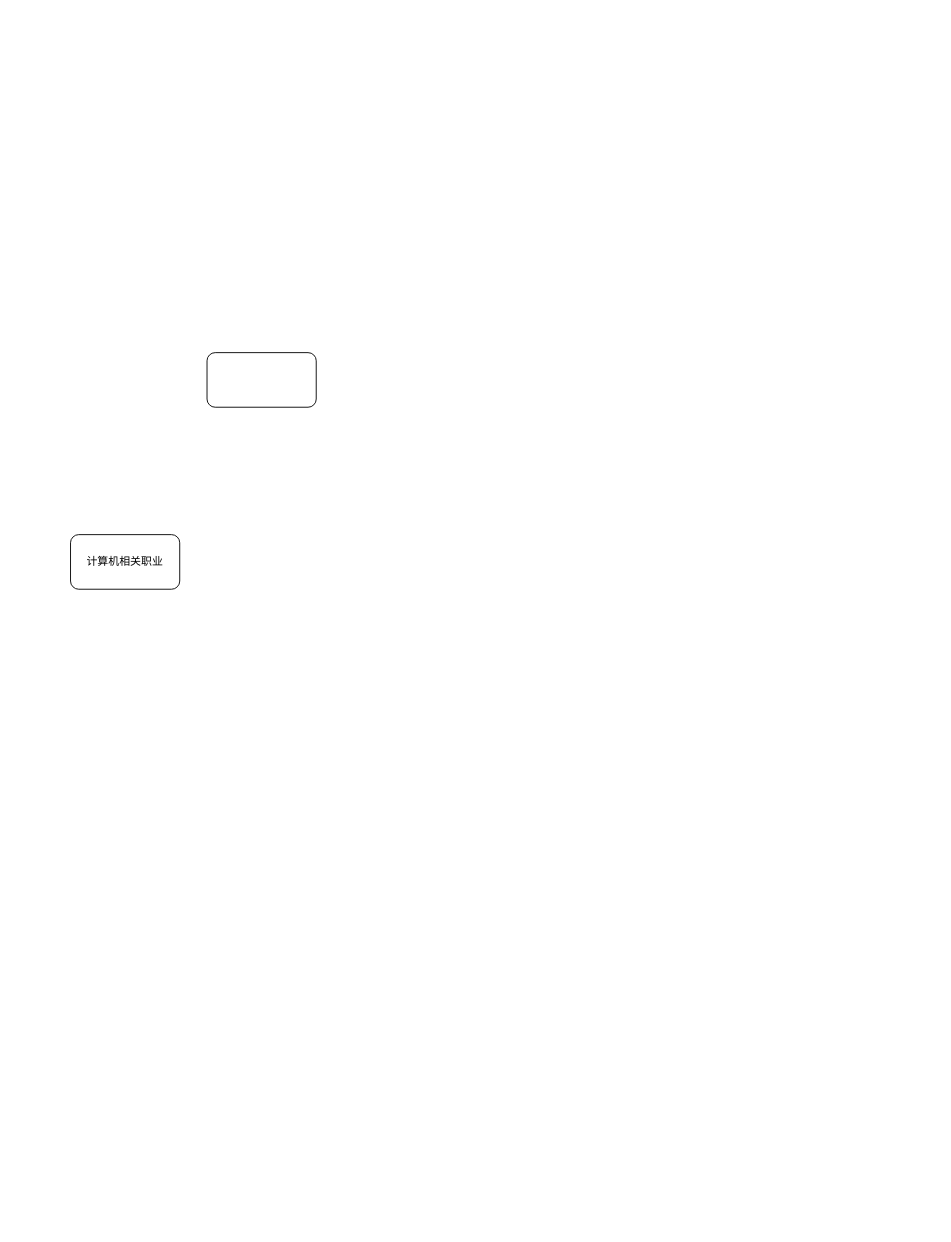
This is 职业地图.drawio from dx2331lxz/drawio, a draw.io file, before an edit. Source tidied: cells renumbered, new cells numbered last; positions are measured from the earlier drawing's top-left corner, leaving out a move shared by most shapes. Both pictures are drawn from the tidied source at 91%, with x=0, y=0 at pixel (70, 352).
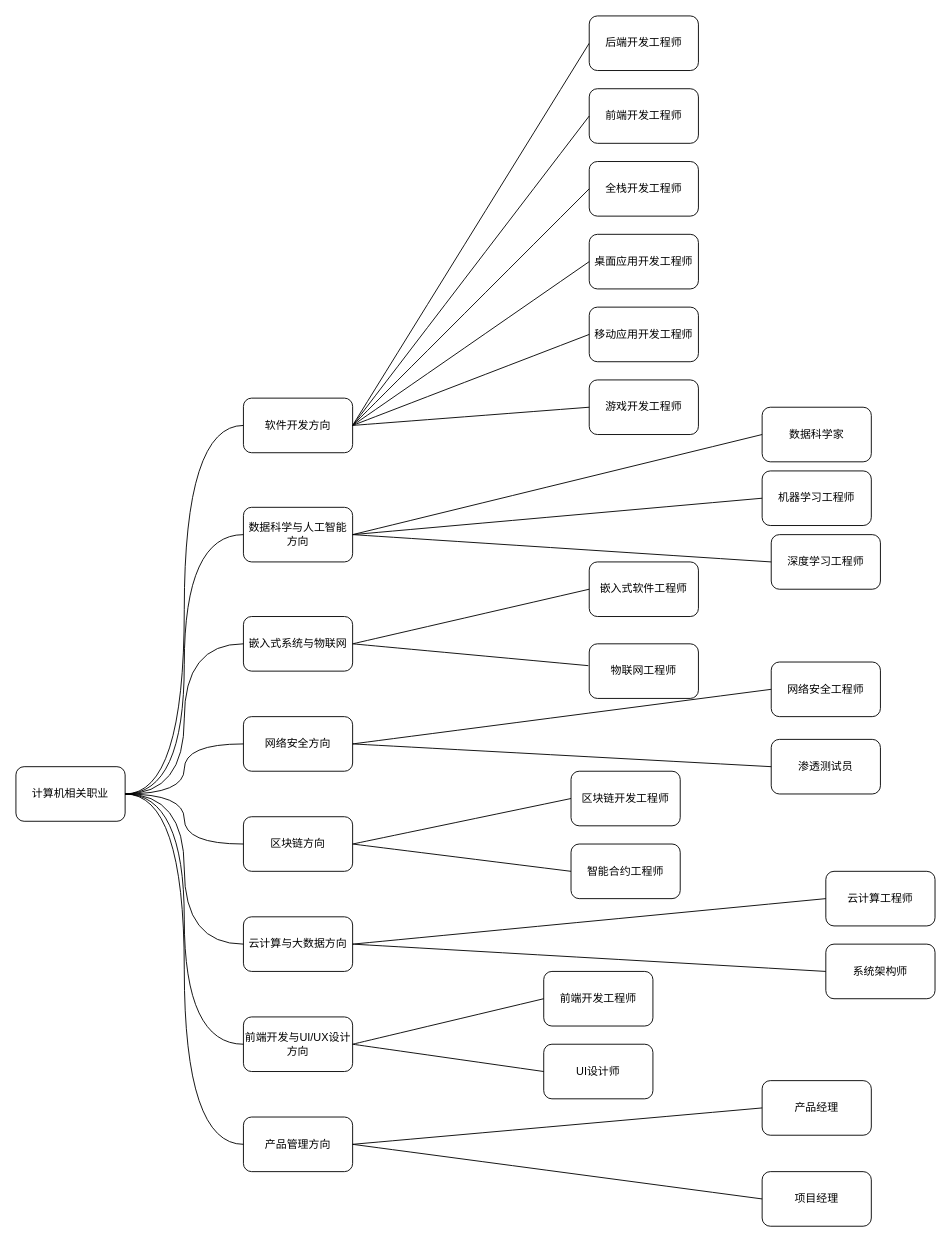
The same page after the edit.

Commit message (it also covers changes not shown here):
更新职业地图.drawio

Change to the diagram source:
```diff
@@
+    <mxCell id="4" style="edgeStyle=orthogonalEdgeStyle;curved=1;rounded=0;jettySize=auto;html=1;exitX=1;exitY=0.5;exitDx=0;exitDy=0;fontSize=12;startSize=8;endSize=8;entryX=0;entryY=0.5;entryDx=0;entryDy=0;endArrow=none;endFill=0;" parent="1" edge="1" source="2" target="3">
+      <mxGeometry relative="1" as="geometry" />
+    </mxCell>
     <mxCell id="2" value="计算机相关职业" style="rounded=1;whiteSpace=wrap;html=1;" parent="1" vertex="1">
-      <mxGeometry y="200" width="120" height="60" as="geometry" />
+      <mxGeometry x="-60" y="455" width="120" height="60" as="geometry" />
     </mxCell>
+    <mxCell id="5" style="edgeStyle=none;curved=1;rounded=0;jettySize=auto;html=1;exitX=1;exitY=0.5;exitDx=0;exitDy=0;entryX=0;entryY=0.5;entryDx=0;entryDy=0;fontSize=12;startSize=8;endSize=8;endArrow=none;endFill=0;" parent="1" edge="1" source="3" target="20">
+      <mxGeometry relative="1" as="geometry" />
+    </mxCell>
-    <mxCell id="3" style="rounded=1;whiteSpace=wrap;html=1;" parent="1" vertex="1">
-      <mxGeometry x="150" width="120" height="60" as="geometry" />
+    <mxCell id="3" value="软件开发方向" style="rounded=1;whiteSpace=wrap;html=1;" parent="1" vertex="1">
+      <mxGeometry x="190" y="50" width="120" height="60" as="geometry" />
     </mxCell>
+    <mxCell id="6" value="数据科学与人工智能方向" style="rounded=1;whiteSpace=wrap;html=1;" parent="1" vertex="1">
+      <mxGeometry x="190" y="170" width="120" height="60" as="geometry" />
+    </mxCell>
+    <mxCell id="7" value="嵌入式系统与物联网" style="rounded=1;whiteSpace=wrap;html=1;" parent="1" vertex="1">
+      <mxGeometry x="190" y="290" width="120" height="60" as="geometry" />
+    </mxCell>
+    <mxCell id="8" value="网络安全方向" style="rounded=1;whiteSpace=wrap;html=1;" parent="1" vertex="1">
+      <mxGeometry x="190" y="400" width="120" height="60" as="geometry" />
+    </mxCell>
+    <mxCell id="9" value="区块链方向" style="rounded=1;whiteSpace=wrap;html=1;" parent="1" vertex="1">
+      <mxGeometry x="190" y="510" width="120" height="60" as="geometry" />
+    </mxCell>
+    <mxCell id="10" value="云计算与大数据方向" style="rounded=1;whiteSpace=wrap;html=1;" parent="1" vertex="1">
+      <mxGeometry x="190" y="620" width="120" height="60" as="geometry" />
+    </mxCell>
+    <mxCell id="11" value="前端开发与UI/UX设计方向" style="rounded=1;whiteSpace=wrap;html=1;" parent="1" vertex="1">
+      <mxGeometry x="190" y="730" width="120" height="60" as="geometry" />
+    </mxCell>
+    <mxCell id="12" value="产品管理方向" style="rounded=1;whiteSpace=wrap;html=1;" parent="1" vertex="1">
+      <mxGeometry x="190" y="840" width="120" height="60" as="geometry" />
+    </mxCell>
+    <mxCell id="13" style="edgeStyle=orthogonalEdgeStyle;curved=1;rounded=0;jettySize=auto;html=1;exitX=1;exitY=0.5;exitDx=0;exitDy=0;fontSize=12;startSize=8;endSize=8;entryX=0;entryY=0.5;entryDx=0;entryDy=0;endArrow=none;endFill=0;" parent="1" edge="1" source="2" target="6">
+      <mxGeometry relative="1" as="geometry" />
+    </mxCell>
+    <mxCell id="14" style="edgeStyle=orthogonalEdgeStyle;curved=1;rounded=0;jettySize=auto;html=1;exitX=1;exitY=0.5;exitDx=0;exitDy=0;fontSize=12;startSize=8;endSize=8;entryX=0;entryY=0.5;entryDx=0;entryDy=0;endArrow=none;endFill=0;" parent="1" edge="1" source="2" target="7">
+      <mxGeometry relative="1" as="geometry" />
+    </mxCell>
+    <mxCell id="15" style="edgeStyle=orthogonalEdgeStyle;curved=1;rounded=0;jettySize=auto;html=1;exitX=1;exitY=0.5;exitDx=0;exitDy=0;fontSize=12;startSize=8;endSize=8;entryX=0;entryY=0.5;entryDx=0;entryDy=0;endArrow=none;endFill=0;" parent="1" edge="1" source="2" target="8">
+      <mxGeometry relative="1" as="geometry" />
+    </mxCell>
+    <mxCell id="16" style="edgeStyle=orthogonalEdgeStyle;curved=1;rounded=0;jettySize=auto;html=1;exitX=1;exitY=0.5;exitDx=0;exitDy=0;fontSize=12;startSize=8;endSize=8;entryX=0;entryY=0.5;entryDx=0;entryDy=0;endArrow=none;endFill=0;" parent="1" edge="1" source="2" target="9">
+      <mxGeometry relative="1" as="geometry" />
+    </mxCell>
+    <mxCell id="17" style="edgeStyle=orthogonalEdgeStyle;curved=1;rounded=0;jettySize=auto;html=1;exitX=1;exitY=0.5;exitDx=0;exitDy=0;fontSize=12;startSize=8;endSize=8;entryX=0;entryY=0.5;entryDx=0;entryDy=0;endArrow=none;endFill=0;" parent="1" edge="1" source="2" target="10">
+      <mxGeometry relative="1" as="geometry" />
+    </mxCell>
+    <mxCell id="18" style="edgeStyle=orthogonalEdgeStyle;curved=1;rounded=0;jettySize=auto;html=1;exitX=1;exitY=0.5;exitDx=0;exitDy=0;fontSize=12;startSize=8;endSize=8;entryX=0;entryY=0.5;entryDx=0;entryDy=0;endArrow=none;endFill=0;" parent="1" edge="1" source="2" target="11">
+      <mxGeometry relative="1" as="geometry" />
+    </mxCell>
+    <mxCell id="19" style="edgeStyle=orthogonalEdgeStyle;curved=1;rounded=0;jettySize=auto;html=1;exitX=1;exitY=0.5;exitDx=0;exitDy=0;fontSize=12;startSize=8;endSize=8;entryX=0;entryY=0.5;entryDx=0;entryDy=0;endArrow=none;endFill=0;" parent="1" edge="1" source="2" target="12">
+      <mxGeometry relative="1" as="geometry" />
+    </mxCell>
+    <mxCell id="20" value="后端开发工程师" style="rounded=1;whiteSpace=wrap;html=1;" parent="1" vertex="1">
+      <mxGeometry x="570" y="-370" width="120" height="60" as="geometry" />
+    </mxCell>
+    <mxCell id="21" value="前端开发工程师" style="rounded=1;whiteSpace=wrap;html=1;" parent="1" vertex="1">
+      <mxGeometry x="570" y="-290" width="120" height="60" as="geometry" />
+    </mxCell>
+    <mxCell id="22" value="全栈开发工程师" style="rounded=1;whiteSpace=wrap;html=1;" parent="1" vertex="1">
+      <mxGeometry x="570" y="-210" width="120" height="60" as="geometry" />
+    </mxCell>
+    <mxCell id="23" value="桌面应用开发工程师" style="rounded=1;whiteSpace=wrap;html=1;" parent="1" vertex="1">
+      <mxGeometry x="570" y="-130" width="120" height="60" as="geometry" />
+    </mxCell>
+    <mxCell id="24" value="移动应用开发工程师" style="rounded=1;whiteSpace=wrap;html=1;" parent="1" vertex="1">
+      <mxGeometry x="570" y="-50" width="120" height="60" as="geometry" />
+    </mxCell>
+    <mxCell id="25" value="游戏开发工程师" style="rounded=1;whiteSpace=wrap;html=1;" parent="1" vertex="1">
+      <mxGeometry x="570" y="30" width="120" height="60" as="geometry" />
+    </mxCell>
+    <mxCell id="26" style="edgeStyle=none;curved=1;rounded=0;jettySize=auto;html=1;exitX=1;exitY=0.5;exitDx=0;exitDy=0;entryX=0;entryY=0.5;entryDx=0;entryDy=0;fontSize=12;startSize=8;endSize=8;endArrow=none;endFill=0;" parent="1" edge="1" source="3" target="21">
+      <mxGeometry relative="1" as="geometry" />
+    </mxCell>
+    <mxCell id="27" style="edgeStyle=none;curved=1;rounded=0;jettySize=auto;html=1;exitX=1;exitY=0.5;exitDx=0;exitDy=0;entryX=0;entryY=0.5;entryDx=0;entryDy=0;fontSize=12;startSize=8;endSize=8;endArrow=none;endFill=0;" parent="1" edge="1" source="3" target="23">
+      <mxGeometry relative="1" as="geometry" />
+    </mxCell>
+    <mxCell id="28" style="edgeStyle=none;curved=1;rounded=0;jettySize=auto;html=1;exitX=1;exitY=0.5;exitDx=0;exitDy=0;entryX=0;entryY=0.5;entryDx=0;entryDy=0;fontSize=12;startSize=8;endSize=8;endArrow=none;endFill=0;" parent="1" edge="1" source="3" target="22">
+      <mxGeometry relative="1" as="geometry" />
+    </mxCell>
+    <mxCell id="29" style="edgeStyle=none;curved=1;rounded=0;jettySize=auto;html=1;exitX=1;exitY=0.5;exitDx=0;exitDy=0;entryX=0;entryY=0.5;entryDx=0;entryDy=0;fontSize=12;startSize=8;endSize=8;endArrow=none;endFill=0;" parent="1" edge="1" source="3" target="24">
+      <mxGeometry relative="1" as="geometry" />
+    </mxCell>
+    <mxCell id="30" style="edgeStyle=none;curved=1;rounded=0;jettySize=auto;html=1;exitX=1;exitY=0.5;exitDx=0;exitDy=0;entryX=0;entryY=0.5;entryDx=0;entryDy=0;fontSize=12;startSize=8;endSize=8;endArrow=none;endFill=0;" parent="1" edge="1" source="3" target="25">
+      <mxGeometry relative="1" as="geometry" />
+    </mxCell>
+    <mxCell id="31" value="数据科学家" style="rounded=1;whiteSpace=wrap;html=1;" parent="1" vertex="1">
+      <mxGeometry x="760" y="60" width="120" height="60" as="geometry" />
+    </mxCell>
+    <mxCell id="32" value="机器学习工程师" style="rounded=1;whiteSpace=wrap;html=1;" parent="1" vertex="1">
+      <mxGeometry x="760" y="130" width="120" height="60" as="geometry" />
+    </mxCell>
+    <mxCell id="33" value="深度学习工程师" style="rounded=1;whiteSpace=wrap;html=1;" parent="1" vertex="1">
+      <mxGeometry x="770" y="200" width="120" height="60" as="geometry" />
+    </mxCell>
+    <mxCell id="34" style="edgeStyle=none;curved=1;rounded=0;jettySize=auto;html=1;exitX=1;exitY=0.5;exitDx=0;exitDy=0;entryX=0;entryY=0.5;entryDx=0;entryDy=0;fontSize=12;startSize=8;endSize=8;endArrow=none;endFill=0;" parent="1" edge="1" source="6" target="31">
+      <mxGeometry relative="1" as="geometry" />
+    </mxCell>
+    <mxCell id="35" style="edgeStyle=none;curved=1;rounded=0;jettySize=auto;html=1;exitX=1;exitY=0.5;exitDx=0;exitDy=0;entryX=0;entryY=0.5;entryDx=0;entryDy=0;fontSize=12;startSize=8;endSize=8;endArrow=none;endFill=0;" parent="1" edge="1" source="6" target="32">
+      <mxGeometry relative="1" as="geometry" />
+    </mxCell>
+    <mxCell id="36" style="edgeStyle=none;curved=1;rounded=0;jettySize=auto;html=1;exitX=1;exitY=0.5;exitDx=0;exitDy=0;entryX=0;entryY=0.5;entryDx=0;entryDy=0;fontSize=12;startSize=8;endSize=8;endArrow=none;endFill=0;" parent="1" edge="1" source="6" target="33">
+      <mxGeometry relative="1" as="geometry" />
+    </mxCell>
+    <mxCell id="37" value="嵌入式软件工程师" style="rounded=1;whiteSpace=wrap;html=1;" parent="1" vertex="1">
+      <mxGeometry x="570" y="230" width="120" height="60" as="geometry" />
+    </mxCell>
+    <mxCell id="38" style="edgeStyle=none;curved=1;rounded=0;jettySize=auto;html=1;exitX=1;exitY=0.5;exitDx=0;exitDy=0;entryX=0;entryY=0.5;entryDx=0;entryDy=0;fontSize=12;startSize=8;endSize=8;endArrow=none;endFill=0;" parent="1" edge="1" source="7" target="37">
+      <mxGeometry relative="1" as="geometry" />
+    </mxCell>
+    <mxCell id="39" style="edgeStyle=none;curved=1;rounded=0;jettySize=auto;html=1;exitX=1;exitY=0.5;exitDx=0;exitDy=0;entryX=-0.008;entryY=0.4;entryDx=0;entryDy=0;fontSize=12;startSize=8;endSize=8;endArrow=none;endFill=0;entryPerimeter=0;" parent="1" edge="1" source="7" target="40">
+      <mxGeometry relative="1" as="geometry" />
+    </mxCell>
+    <mxCell id="40" value="物联网工程师" style="rounded=1;whiteSpace=wrap;html=1;" parent="1" vertex="1">
+      <mxGeometry x="570" y="320" width="120" height="60" as="geometry" />
+    </mxCell>
+    <mxCell id="41" value="网络安全工程师" style="rounded=1;whiteSpace=wrap;html=1;" parent="1" vertex="1">
+      <mxGeometry x="770" y="340" width="120" height="60" as="geometry" />
+    </mxCell>
+    <mxCell id="42" value="渗透测试员" style="rounded=1;whiteSpace=wrap;html=1;" parent="1" vertex="1">
+      <mxGeometry x="770" y="425" width="120" height="60" as="geometry" />
+    </mxCell>
+    <mxCell id="43" style="edgeStyle=none;curved=1;rounded=0;jettySize=auto;html=1;exitX=1;exitY=0.5;exitDx=0;exitDy=0;entryX=0;entryY=0.5;entryDx=0;entryDy=0;fontSize=12;startSize=8;endSize=8;endArrow=none;endFill=0;" parent="1" edge="1" source="8" target="41">
+      <mxGeometry relative="1" as="geometry" />
+    </mxCell>
+    <mxCell id="44" style="edgeStyle=none;curved=1;rounded=0;jettySize=auto;html=1;exitX=1;exitY=0.5;exitDx=0;exitDy=0;entryX=0;entryY=0.5;entryDx=0;entryDy=0;fontSize=12;startSize=8;endSize=8;endArrow=none;endFill=0;" parent="1" edge="1" source="8" target="42">
+      <mxGeometry relative="1" as="geometry" />
+    </mxCell>
+    <mxCell id="45" value="区块链开发工程师" style="rounded=1;whiteSpace=wrap;html=1;" parent="1" vertex="1">
+      <mxGeometry x="550" y="460" width="120" height="60" as="geometry" />
+    </mxCell>
+    <mxCell id="46" value="智能合约工程师" style="rounded=1;whiteSpace=wrap;html=1;" parent="1" vertex="1">
+      <mxGeometry x="550" y="540" width="120" height="60" as="geometry" />
+    </mxCell>
+    <mxCell id="47" style="edgeStyle=none;curved=1;rounded=0;jettySize=auto;html=1;exitX=1;exitY=0.5;exitDx=0;exitDy=0;entryX=0;entryY=0.5;entryDx=0;entryDy=0;fontSize=12;startSize=8;endSize=8;endArrow=none;endFill=0;" parent="1" edge="1" source="9" target="45">
+      <mxGeometry relative="1" as="geometry" />
+    </mxCell>
+    <mxCell id="48" style="edgeStyle=none;curved=1;rounded=0;jettySize=auto;html=1;exitX=1;exitY=0.5;exitDx=0;exitDy=0;entryX=0;entryY=0.5;entryDx=0;entryDy=0;fontSize=12;startSize=8;endSize=8;endArrow=none;endFill=0;" parent="1" edge="1" source="9" target="46">
+      <mxGeometry relative="1" as="geometry" />
+    </mxCell>
+    <mxCell id="49" value="云计算工程师" style="rounded=1;whiteSpace=wrap;html=1;" parent="1" vertex="1">
+      <mxGeometry x="830" y="570" width="120" height="60" as="geometry" />
+    </mxCell>
+    <mxCell id="50" value="系统架构师" style="rounded=1;whiteSpace=wrap;html=1;" parent="1" vertex="1">
+      <mxGeometry x="830" y="650" width="120" height="60" as="geometry" />
+    </mxCell>
+    <mxCell id="51" style="edgeStyle=none;curved=1;rounded=0;jettySize=auto;html=1;exitX=1;exitY=0.5;exitDx=0;exitDy=0;entryX=0;entryY=0.5;entryDx=0;entryDy=0;fontSize=12;startSize=8;endSize=8;endArrow=none;endFill=0;" parent="1" edge="1" source="10" target="49">
+      <mxGeometry relative="1" as="geometry" />
+    </mxCell>
+    <mxCell id="52" style="edgeStyle=none;curved=1;rounded=0;jettySize=auto;html=1;exitX=1;exitY=0.5;exitDx=0;exitDy=0;entryX=0;entryY=0.5;entryDx=0;entryDy=0;fontSize=12;startSize=8;endSize=8;endArrow=none;endFill=0;" parent="1" edge="1" source="10" target="50">
+      <mxGeometry relative="1" as="geometry" />
+    </mxCell>
+    <mxCell id="53" value="前端开发工程师" style="rounded=1;whiteSpace=wrap;html=1;" parent="1" vertex="1">
+      <mxGeometry x="520" y="680" width="120" height="60" as="geometry" />
+    </mxCell>
+    <mxCell id="54" value="UI设计师" style="rounded=1;whiteSpace=wrap;html=1;" parent="1" vertex="1">
+      <mxGeometry x="520" y="760" width="120" height="60" as="geometry" />
+    </mxCell>
+    <mxCell id="55" style="edgeStyle=none;curved=1;rounded=0;jettySize=auto;html=1;exitX=1;exitY=0.5;exitDx=0;exitDy=0;entryX=0;entryY=0.5;entryDx=0;entryDy=0;fontSize=12;startSize=8;endSize=8;endArrow=none;endFill=0;" parent="1" edge="1" source="11" target="53">
+      <mxGeometry relative="1" as="geometry" />
+    </mxCell>
+    <mxCell id="56" style="edgeStyle=none;curved=1;rounded=0;jettySize=auto;html=1;exitX=1;exitY=0.5;exitDx=0;exitDy=0;entryX=0;entryY=0.5;entryDx=0;entryDy=0;fontSize=12;startSize=8;endSize=8;endArrow=none;endFill=0;" parent="1" edge="1" source="11" target="54">
+      <mxGeometry relative="1" as="geometry" />
+    </mxCell>
+    <mxCell id="57" value="产品经理" style="rounded=1;whiteSpace=wrap;html=1;" parent="1" vertex="1">
+      <mxGeometry x="760" y="800" width="120" height="60" as="geometry" />
+    </mxCell>
+    <mxCell id="58" value="项目经理" style="rounded=1;whiteSpace=wrap;html=1;" parent="1" vertex="1">
+      <mxGeometry x="760" y="900" width="120" height="60" as="geometry" />
+    </mxCell>
+    <mxCell id="59" style="endArrow=none;html=1;rounded=0;fontSize=12;startSize=8;endSize=8;curved=1;exitX=1;exitY=0.5;exitDx=0;exitDy=0;entryX=0;entryY=0.5;entryDx=0;entryDy=0;" parent="1" edge="1" source="12" target="57">
+      <mxGeometry relative="1" as="geometry" />
+    </mxCell>
+    <mxCell id="60" style="edgeStyle=none;curved=1;rounded=0;jettySize=auto;html=1;exitX=1;exitY=0.5;exitDx=0;exitDy=0;entryX=0;entryY=0.5;entryDx=0;entryDy=0;fontSize=12;startSize=8;endSize=8;endArrow=none;endFill=0;" parent="1" edge="1" source="12" target="58">
+      <mxGeometry relative="1" as="geometry" />
+    </mxCell>
```
